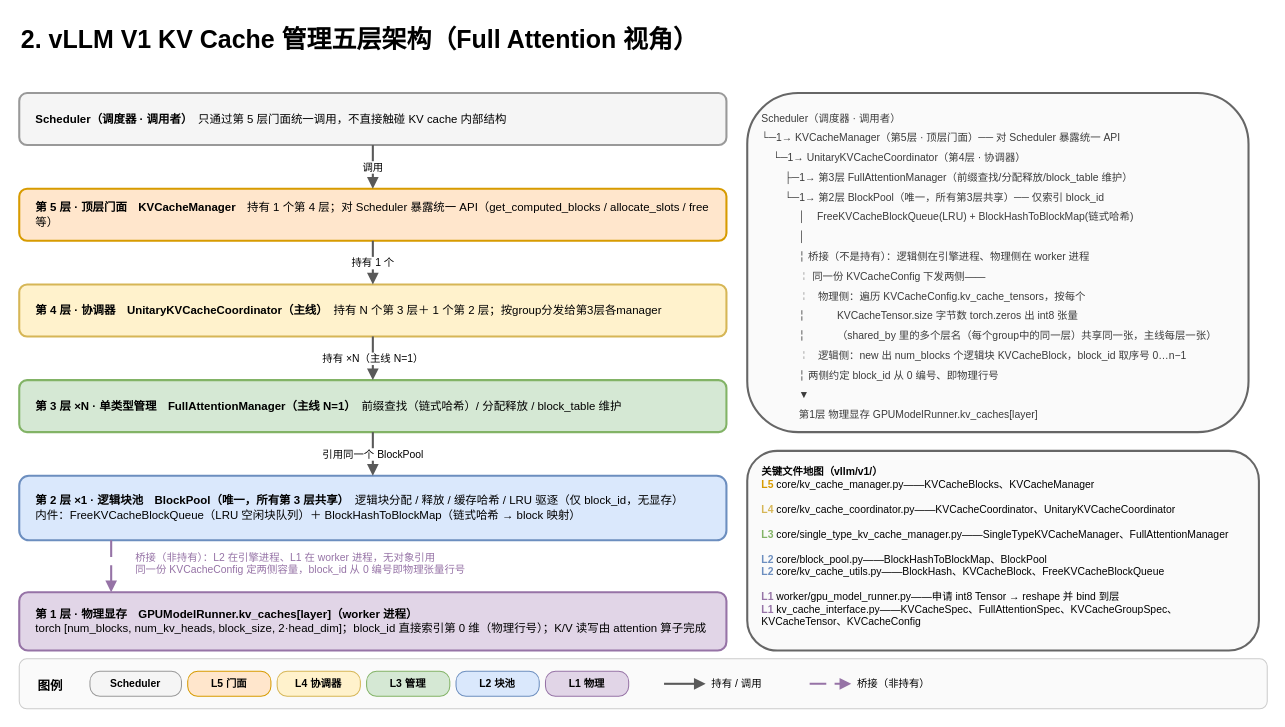
GoCHug/vllm keeps this draw.io diagram as page "2-五层架构总览" (2 of 4) of vllm/v1/core/kvcache_draw_ppt_v2/kv_cache_five_layer_arch.drawio. Above is the earlier version. Source tidied: cells renumbered, new cells numbered last; positions are measured from the earlier drawing's top-left corner, leaving out a move shared by most shapes. Both pictures are drawn from the tidied source at 104%, with x=0, y=0 at pixel (19, 18).
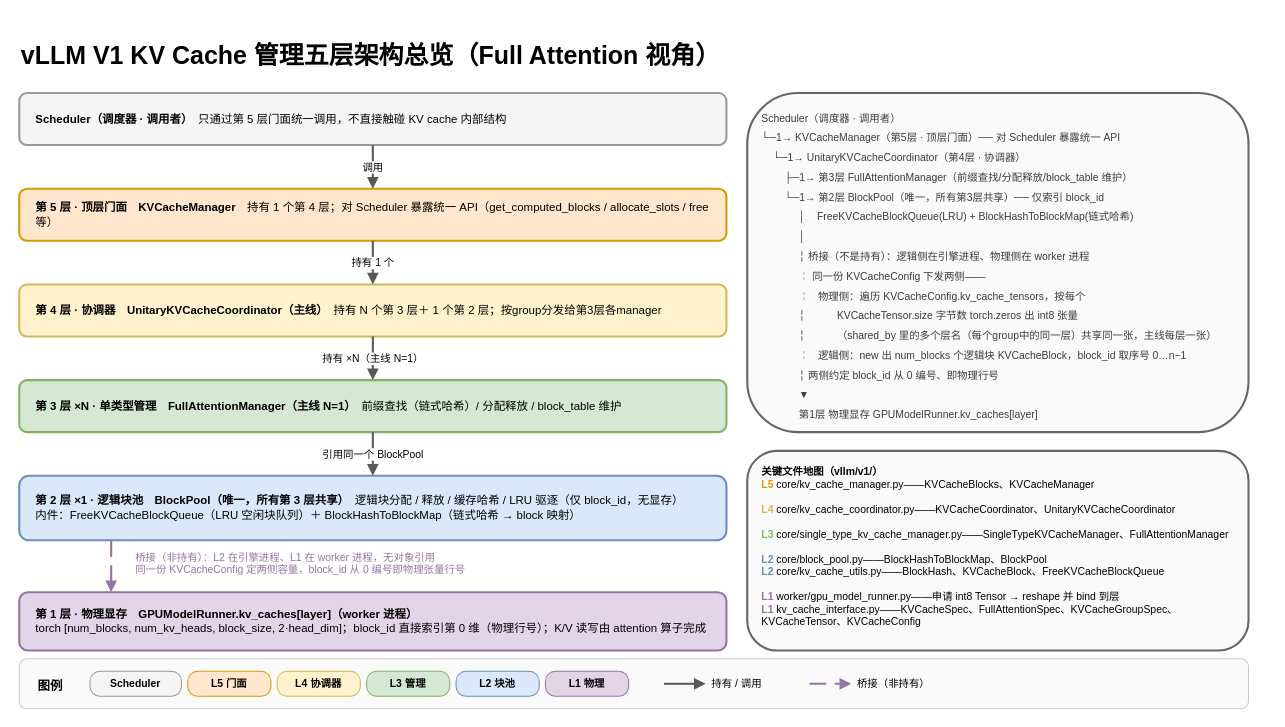
The same diagram, later.

The edit, as a diff of the source:
```diff
@@
-    <mxCell id="2" value="2. vLLM V1 KV Cache 管理五层架构（Full Attention 视角）" style="text;html=1;fontSize=24;fontStyle=1;align=left;" parent="1" vertex="1">
-      <mxGeometry width="900" height="34" as="geometry" />
+    <mxCell id="2" value="vLLM V1 KV Cache 管理五层架构总览（Full Attention 视角）" style="text;html=1;fontSize=24;fontStyle=1;align=left;" parent="1" vertex="1">
+      <mxGeometry y="16" width="900" height="34" as="geometry" />
     </mxCell>
@@
     <mxCell id="15" value="&lt;b&gt;关键文件地图（vllm/v1/）&lt;/b&gt;&lt;br&gt;&lt;font color=&quot;#d79b00&quot;&gt;&lt;b&gt;L5&lt;/b&gt;&lt;/font&gt; core/kv_cache_manager.py——KVCacheBlocks、KVCacheManager&lt;div&gt;&lt;br&gt;&lt;font color=&quot;#d6b656&quot;&gt;&lt;b&gt;L4&lt;/b&gt;&lt;/font&gt; core/kv_cache_coordinator.py——&lt;span style=&quot;background-color: transparent; color: light-dark(rgb(0, 0, 0), rgb(255, 255, 255));&quot;&gt;KVCacheCoordinator、UnitaryKVCacheCoordinator&lt;/span&gt;&lt;/div&gt;&lt;div&gt;&lt;br&gt;&lt;font color=&quot;#82b366&quot;&gt;&lt;b&gt;L3&lt;/b&gt;&lt;/font&gt; core/single_type_kv_cache_manager.py——&lt;span style=&quot;background-color: transparent; color: light-dark(rgb(0, 0, 0), rgb(255, 255, 255));&quot;&gt;SingleTypeKVCacheManager、FullAttentionManager&lt;/span&gt;&lt;/div&gt;&lt;div&gt;&lt;br&gt;&lt;font color=&quot;#6c8ebf&quot;&gt;&lt;b&gt;L2&lt;/b&gt;&lt;/font&gt; core/block_pool.py——&lt;span style=&quot;background-color: transparent; color: light-dark(rgb(0, 0, 0), rgb(255, 255, 255));&quot;&gt;BlockHashToBlockMap、&lt;/span&gt;&lt;span style=&quot;background-color: transparent; color: light-dark(rgb(0, 0, 0), rgb(255, 255, 255));&quot;&gt;BlockPool&lt;/span&gt;&lt;/div&gt;&lt;div&gt;&lt;font color=&quot;#6c8ebf&quot;&gt;&lt;b&gt;L2&lt;/b&gt;&lt;/font&gt; core/kv_cache_utils.py——&lt;span style=&quot;background-color: transparent; color: light-dark(rgb(0, 0, 0), rgb(255, 255, 255));&quot;&gt;BlockHash、&lt;/span&gt;&lt;span style=&quot;background-color: transparent; color: light-dark(rgb(0, 0, 0), rgb(255, 255, 255));&quot;&gt;KVCacheBlock、&lt;/span&gt;&lt;span style=&quot;background-color: transparent; color: light-dark(rgb(0, 0, 0), rgb(255, 255, 255));&quot;&gt;FreeKVCacheBlockQueue&lt;/span&gt;&lt;/div&gt;&lt;div&gt;&lt;br&gt;&lt;font color=&quot;#9673a6&quot;&gt;&lt;b&gt;L1&lt;/b&gt;&lt;/font&gt; worker/gpu_model_runner.py——申请 int8 Tensor → reshape 并 bind 到层&lt;br&gt;&lt;font color=&quot;#9673a6&quot;&gt;&lt;b&gt;L1&lt;/b&gt;&lt;/font&gt; kv_cache_interface.py——KVCacheSpec、&lt;span style=&quot;background-color: transparent; color: light-dark(rgb(0, 0, 0), rgb(255, 255, 255));&quot;&gt;FullAttentionSpec、&lt;/span&gt;&lt;span style=&quot;background-color: transparent; color: light-dark(rgb(0, 0, 0), rgb(255, 255, 255));&quot;&gt;KVCacheGroupSpec、&lt;/span&gt;&lt;span style=&quot;background-color: transparent; color: light-dark(rgb(0, 0, 0), rgb(255, 255, 255));&quot;&gt;KVCacheTensor、&lt;/span&gt;&lt;span style=&quot;background-color: transparent; color: light-dark(rgb(0, 0, 0), rgb(255, 255, 255));&quot;&gt;KVCacheConfig&lt;/span&gt;&lt;/div&gt;" style="rounded=1;whiteSpace=wrap;html=1;fillColor=#fafafa;strokeColor=#666666;strokeWidth=2;verticalAlign=top;spacingTop=8;spacingLeft=12;fontSize=10;align=left;" parent="1" vertex="1">
-      <mxGeometry x="700" y="416" width="492" height="192" as="geometry" />
+      <mxGeometry x="700" y="416" width="482" height="192" as="geometry" />
     </mxCell>
     <mxCell id="16" style="rounded=1;whiteSpace=wrap;html=1;fillColor=#fafafa;strokeColor=#cccccc;" parent="1" vertex="1">
-      <mxGeometry y="616" width="1200" height="48" as="geometry" />
+      <mxGeometry y="616" width="1182" height="48" as="geometry" />
     </mxCell>
```
